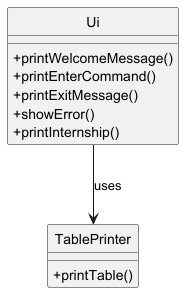
Earlier version of the PlantUML export docs/images/uiComponent.png (xyanjun02/tp).
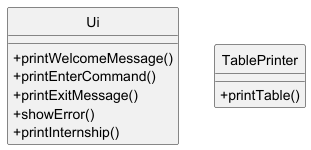
The same file after the commit.

The edit, as a diff of the source:
```diff
@@ -14,6 +14,4 @@
   + printTable()
 }
 
-Ui --> TablePrinter : uses
-
 @enduml
```
